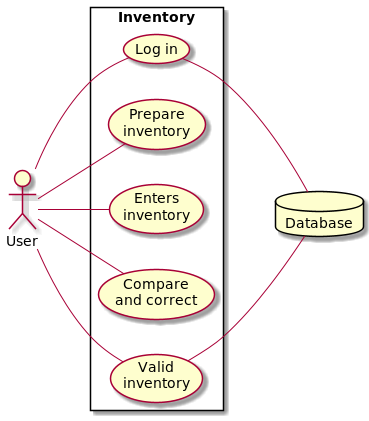
This is docs/uml/img/inventory.png from Dev-Int/glsr, a PlantUML export, as it was before one commit.
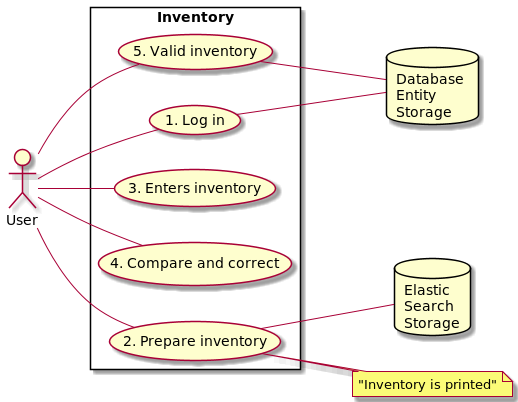
After the commit.

Diff of the diagram source:
```diff
@@ -1,17 +1,27 @@
 @startuml
 left to right direction
 skinparam packageStyle rectangle
-actor User
-database Database
 
 rectangle "Inventory" {
-	User -- (Log in)
-	User -- (Prepare \ninventory)
-	User -- (Enters \ninventory)
-	User -- (Compare \nand correct)
-	User -- (Valid \ninventory)
-	(Log in) -- Database
-	(Valid \ninventory) -- Database
+	usecase "1. Log in" as uc1
+	usecase "2. Prepare inventory" as uc2
+	usecase "3. Enters inventory" as uc3
+	usecase "4. Compare and correct" as uc4
+	usecase "5. Valid inventory" as uc5
 }
 
+actor User
+database "Database \nEntity \nStorage" as Database
+database "Elastic \nSearch \nStorage" as DTOStorage
+
+	User -- (uc1)
+	(uc1) -- Database
+	User -- (uc2)
+	note right of (uc2) : "Inventory is printed"
+	(uc2) -- DTOStorage
+	User -- (uc3)
+	User -- (uc4)
+	User -- (uc5)
+	(uc5) -- Database
+
 @enduml
```
